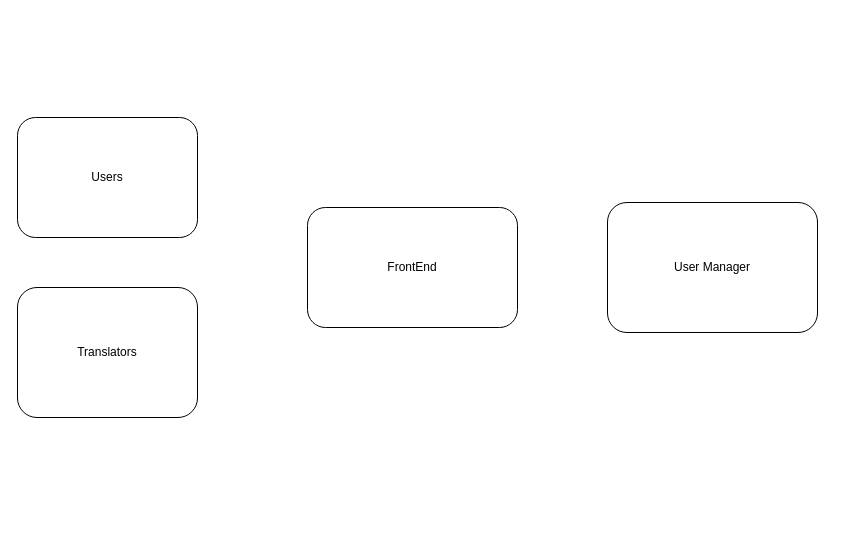
Before: Untitled Diagram.drawio in reiji77/System-Architecture-Diagram-Comp3900, a draw.io diagram. Source tidied: cells renumbered, new cells numbered last; positions are measured from the earlier drawing's top-left corner, leaving out a move shared by most shapes. Both pictures are drawn from the tidied source at 100%, with x=0, y=0 at pixel (17, 117).
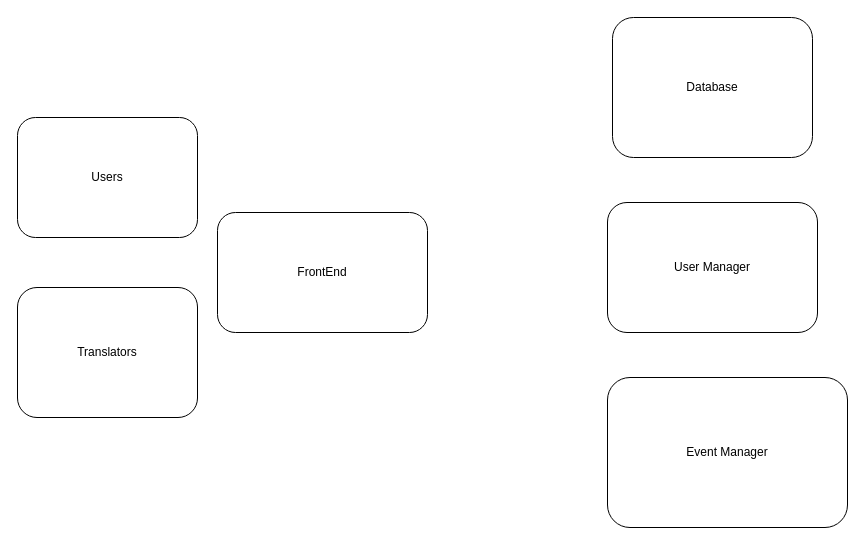
The same page after the edit.

The edit, as a diff of the source:
```diff
@@
 <mxGraphModel>
   <root>
     <mxCell id="0" />
     <mxCell id="1" parent="0" />
     <mxCell id="2" value="Users" style="rounded=1;whiteSpace=wrap;html=1;" parent="1" vertex="1">
       <mxGeometry width="180" height="120" as="geometry" />
     </mxCell>
     <mxCell id="3" value="Translators" style="rounded=1;whiteSpace=wrap;html=1;" parent="1" vertex="1">
       <mxGeometry y="170" width="180" height="130" as="geometry" />
     </mxCell>
     <mxCell id="4" value="FrontEnd" style="rounded=1;whiteSpace=wrap;html=1;" parent="1" vertex="1">
-      <mxGeometry x="290" y="90" width="210" height="120" as="geometry" />
+      <mxGeometry x="200" y="95" width="210" height="120" as="geometry" />
     </mxCell>
     <mxCell id="5" value="User Manager" style="rounded=1;whiteSpace=wrap;html=1;" parent="1" vertex="1">
       <mxGeometry x="590" y="85" width="210" height="130" as="geometry" />
     </mxCell>
+    <mxCell id="6" value="Event Manager" style="rounded=1;whiteSpace=wrap;html=1;" parent="1" vertex="1">
+      <mxGeometry x="590" y="260" width="240" height="150" as="geometry" />
+    </mxCell>
+    <mxCell id="7" value="Database" style="rounded=1;whiteSpace=wrap;html=1;" parent="1" vertex="1">
+      <mxGeometry x="595" y="-100" width="200" height="140" as="geometry" />
+    </mxCell>
   </root>
 </mxGraphModel>
```
